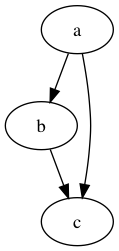
Earlier version of the Graphviz export DotExamples/avltree.png (arafatkatze/DataViz). Its source is kept beside it as DotExamples/avltree.dot.
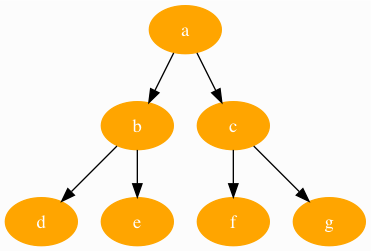
After the commit.

Diff of the diagram source:
```diff
@@ -1,5 +1,16 @@
 digraph graphname{
+                bgcolor=grey99;
+                a[color=orange1, style=filled, fillcolor = orange1, fontcolor=white];
+                b[color=orange1, style=filled, fillcolor = orange1, fontcolor=white];
+                c[color=orange1, style=filled, fillcolor = orange1, fontcolor=white];
+                d[color=orange1, style=filled, fillcolor = orange1, fontcolor=white];
+                e[color=orange1, style=filled, fillcolor = orange1, fontcolor=white];
+                f[color=orange1, style=filled, fillcolor = orange1, fontcolor=white];
+                g[color=orange1, style=filled, fillcolor = orange1, fontcolor=white];
                 a -> b;
-                b -> c;
+                b -> e;
+                b -> d;
+                c -> f;
+                c -> g;
                 a -> c;
         }
```
